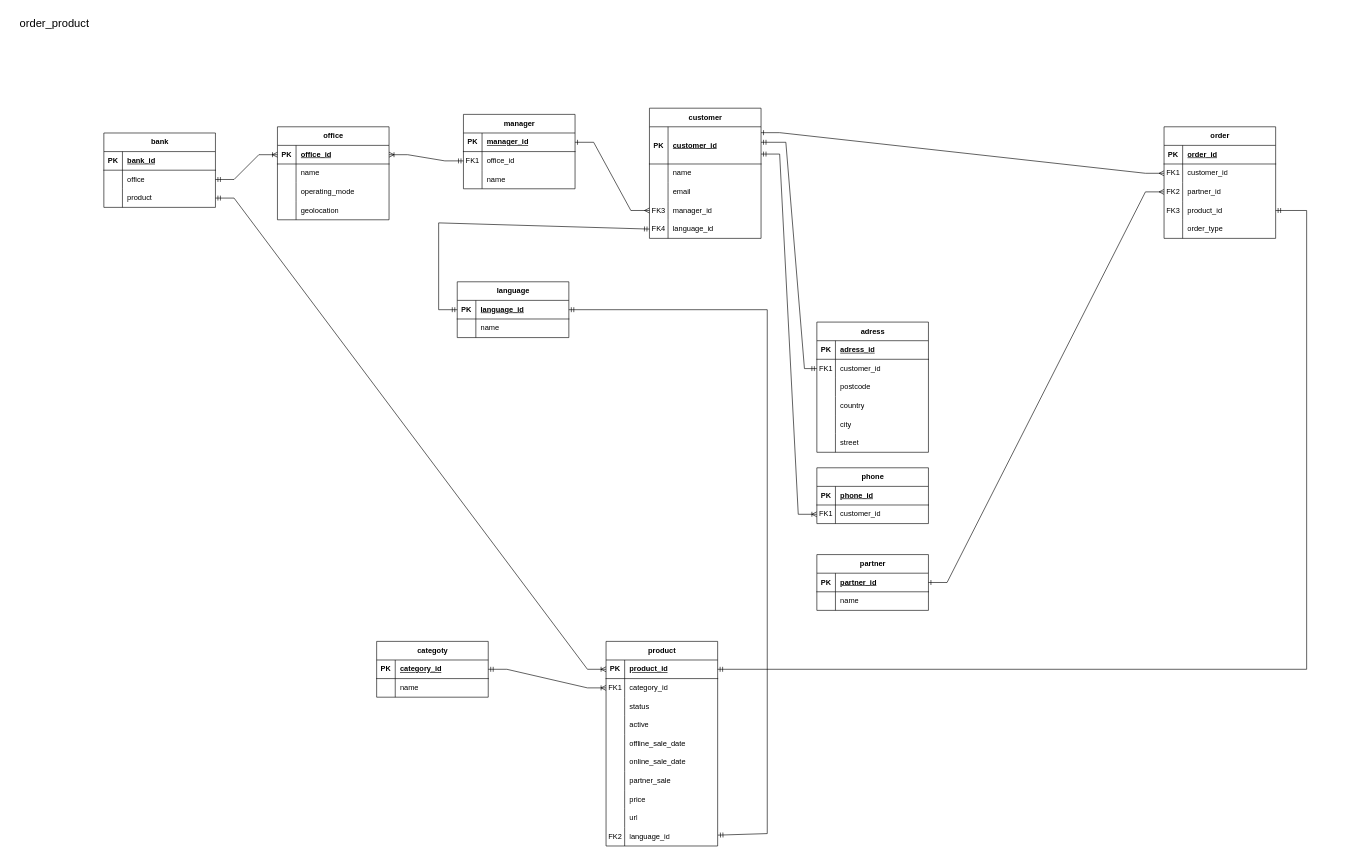
The draw.io diagram Банк_erd.drawio in L-Valentine/Plantuml, before the edit. Source tidied: cells renumbered, new cells numbered last; positions are measured from the earlier drawing's top-left corner, leaving out a move shared by most shapes. Both pictures are drawn from the tidied source at 62%, with x=0, y=0 at pixel (11, 11).
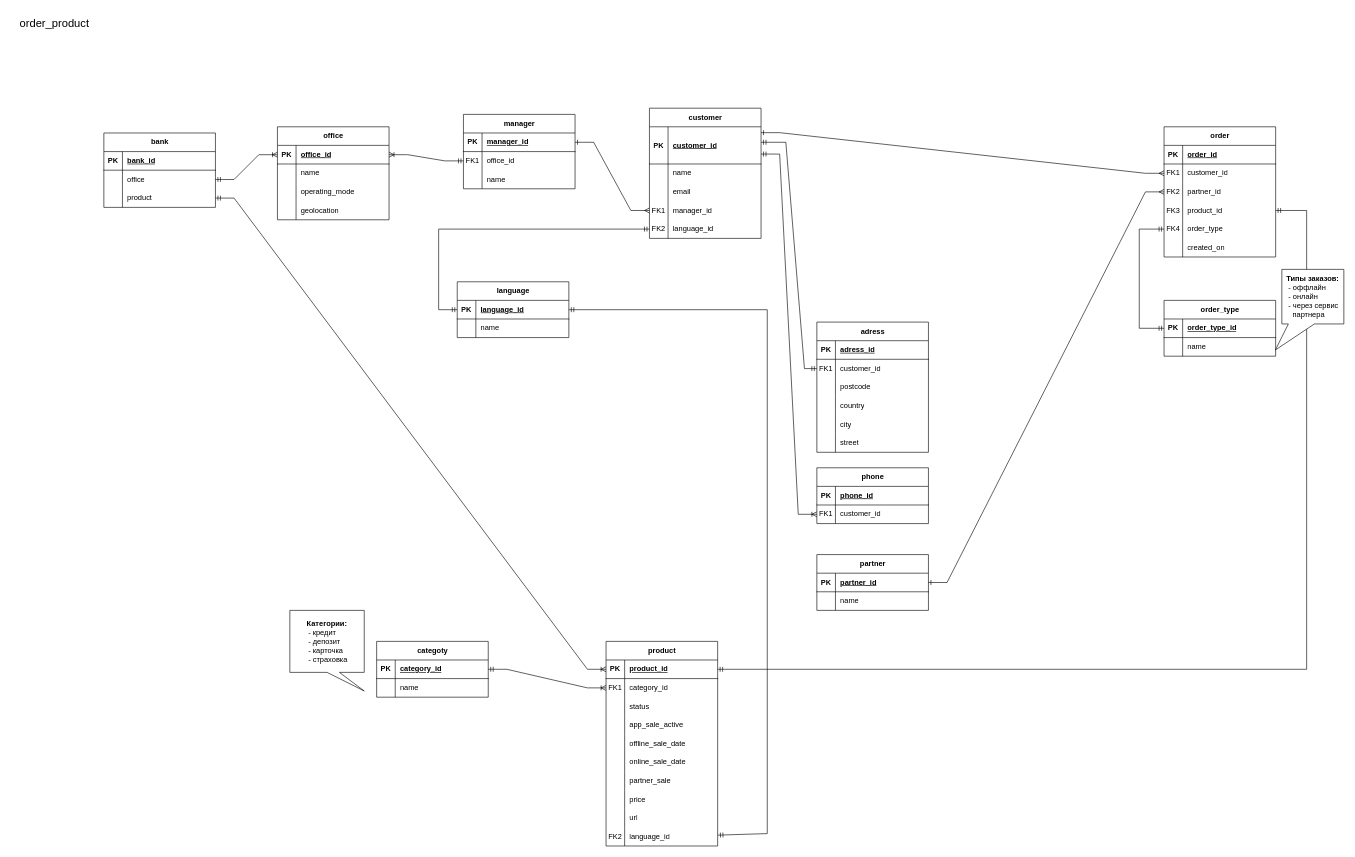
Above is the later version.

Unchanged cells that the change refers to:
```xml
<mxCell id="29" style="shape=tableRow;horizontal=0;startSize=0;swimlaneHead=0;swimlaneBody=0;fillColor=none;points=[[0,0.5],[1,0.5]];portConstraint=eastwest;top=0;left=0;right=0;bottom=0;" parent="19" vertex="1">
  <mxGeometry y="150" width="180" height="30" as="geometry" />
</mxCell>
<mxCell id="32" style="shape=tableRow;horizontal=0;startSize=0;swimlaneHead=0;swimlaneBody=0;fillColor=none;points=[[0,0.5],[1,0.5]];portConstraint=eastwest;top=0;left=0;right=0;bottom=0;" parent="19" vertex="1">
  <mxGeometry y="180" width="180" height="30" as="geometry" />
</mxCell>
<mxCell id="58" style="shape=tableRow;horizontal=0;startSize=0;swimlaneHead=0;swimlaneBody=0;fillColor=none;points=[[0,0.5],[1,0.5]];portConstraint=eastwest;top=0;left=0;right=0;bottom=0;" parent="45" vertex="1">
  <mxGeometry y="150" width="180" height="30" as="geometry" />
</mxCell>
<mxCell id="71" style="shape=tableRow;horizontal=0;startSize=0;swimlaneHead=0;swimlaneBody=0;fillColor=none;top=0;left=0;right=0;bottom=0;" parent="61" vertex="1">
  <mxGeometry y="120" width="180" height="30" as="geometry" />
</mxCell>
<mxCell id="160" style="shape=tableRow;horizontal=0;startSize=0;swimlaneHead=0;swimlaneBody=0;fillColor=none;points=[[0,0.5],[1,0.5]];portConstraint=eastwest;top=0;left=0;right=0;bottom=1;" parent="159" vertex="1">
  <mxGeometry y="30" width="180" height="30" as="geometry" />
</mxCell>
```

The edit, as a diff of the source:
```diff
@@
-    <mxCell id="30" value="FK3" style="shape=partialRectangle;fillColor=none;top=0;left=0;bottom=0;right=0;overflow=hidden;whiteSpace=wrap;html=1;" parent="29" vertex="1">
+    <mxCell id="30" value="FK1" style="shape=partialRectangle;fillColor=none;top=0;left=0;bottom=0;right=0;overflow=hidden;whiteSpace=wrap;html=1;" parent="29" vertex="1">
       <mxGeometry width="30" height="30" as="geometry" />
     </mxCell>
@@
-    <mxCell id="33" value="FK4" style="shape=partialRectangle;fillColor=none;top=0;left=0;bottom=0;right=0;overflow=hidden;whiteSpace=wrap;html=1;" parent="32" vertex="1">
+    <mxCell id="33" value="FK2" style="shape=partialRectangle;fillColor=none;top=0;left=0;bottom=0;right=0;overflow=hidden;whiteSpace=wrap;html=1;" parent="32" vertex="1">
       <mxGeometry width="30" height="30" as="geometry" />
     </mxCell>
@@
     <mxCell id="45" value="order" style="shape=table;startSize=30;childLayout=tableLayout;rowLines=0;fontStyle=1;align=center;html=1;" parent="1" vertex="1">
-      <mxGeometry x="1860" y="187" width="180" height="180" as="geometry" />
+      <mxGeometry x="1860" y="187" width="180" height="210" as="geometry" />
     </mxCell>
@@
-    <mxCell id="59" style="shape=partialRectangle;fillColor=none;top=0;left=0;bottom=0;right=0;overflow=hidden;whiteSpace=wrap;html=1;" parent="58" vertex="1">
+    <mxCell id="59" value="FK4" style="shape=partialRectangle;fillColor=none;top=0;left=0;bottom=0;right=0;overflow=hidden;whiteSpace=wrap;html=1;" parent="58" vertex="1">
       <mxGeometry width="30" height="30" as="geometry" />
     </mxCell>
@@
+    <mxCell id="169" style="shape=tableRow;horizontal=0;startSize=0;swimlaneHead=0;swimlaneBody=0;fillColor=none;top=0;left=0;right=0;bottom=0;" parent="45" vertex="1">
+      <mxGeometry y="180" width="180" height="30" as="geometry" />
+    </mxCell>
+    <mxCell id="170" style="shape=partialRectangle;fillColor=none;top=0;left=0;bottom=0;right=0;overflow=hidden;whiteSpace=wrap;html=1;" parent="169" vertex="1">
+      <mxGeometry width="30" height="30" as="geometry" />
+    </mxCell>
+    <mxCell id="171" value="created_on" style="shape=partialRectangle;fillColor=none;top=0;left=0;bottom=0;right=0;align=left;spacingLeft=6;overflow=hidden;whiteSpace=wrap;html=1;" parent="169" vertex="1">
+      <mxGeometry x="30" width="150" height="30" as="geometry" />
+    </mxCell>
@@
-    <mxCell id="73" value="active" style="shape=partialRectangle;fillColor=none;top=0;left=0;bottom=0;right=0;align=left;spacingLeft=6;overflow=hidden;whiteSpace=wrap;html=1;" parent="71" vertex="1">
+    <mxCell id="73" value="app_sale_active" style="shape=partialRectangle;fillColor=none;top=0;left=0;bottom=0;right=0;align=left;spacingLeft=6;overflow=hidden;whiteSpace=wrap;html=1;" parent="71" vertex="1">
       <mxGeometry x="30" width="150" height="30" as="geometry" />
     </mxCell>
@@
     <mxCell id="166" style="fontSize=12;html=1;endArrow=ERmandOne;startArrow=ERmandOne;rounded=0;entryX=0;entryY=0.5;entryDx=0;entryDy=0;exitX=0;exitY=0.5;exitDx=0;exitDy=0;endFill=0;startFill=0;" parent="1" edge="1" source="160" target="32">
       <mxGeometry relative="1" as="geometry">
         <Array as="points">
           <mxPoint x="690" y="482" />
-          <mxPoint x="690" y="342" />
+          <mxPoint x="690" y="352" />
         </Array>
       </mxGeometry>
     </mxCell>
@@
+    <mxCell id="172" value="order_type" style="shape=table;startSize=30;childLayout=tableLayout;rowLines=0;fontStyle=1;align=center;html=1;" parent="1" vertex="1">
+      <mxGeometry x="1860" y="467" width="180" height="90" as="geometry" />
+    </mxCell>
+    <mxCell id="173" style="shape=tableRow;horizontal=0;startSize=0;swimlaneHead=0;swimlaneBody=0;fillColor=none;points=[[0,0.5],[1,0.5]];portConstraint=eastwest;top=0;left=0;right=0;bottom=1;" parent="172" vertex="1">
+      <mxGeometry y="30" width="180" height="30" as="geometry" />
+    </mxCell>
+    <mxCell id="174" value="PK" style="shape=partialRectangle;fillColor=none;top=0;left=0;bottom=0;right=0;fontStyle=1;overflow=hidden;whiteSpace=wrap;html=1;" parent="173" vertex="1">
+      <mxGeometry width="30" height="30" as="geometry" />
+    </mxCell>
+    <mxCell id="175" value="order_type_id" style="shape=partialRectangle;fillColor=none;top=0;left=0;bottom=0;right=0;align=left;spacingLeft=6;fontStyle=5;overflow=hidden;whiteSpace=wrap;html=1;" parent="173" vertex="1">
+      <mxGeometry x="30" width="150" height="30" as="geometry" />
+    </mxCell>
+    <mxCell id="176" style="shape=tableRow;horizontal=0;startSize=0;swimlaneHead=0;swimlaneBody=0;fillColor=none;top=0;left=0;right=0;bottom=0;" parent="172" vertex="1">
+      <mxGeometry y="60" width="180" height="30" as="geometry" />
+    </mxCell>
+    <mxCell id="177" style="shape=partialRectangle;fillColor=none;top=0;left=0;bottom=0;right=0;overflow=hidden;whiteSpace=wrap;html=1;" parent="176" vertex="1">
+      <mxGeometry width="30" height="30" as="geometry" />
+    </mxCell>
+    <mxCell id="178" value="name" style="shape=partialRectangle;fillColor=none;top=0;left=0;bottom=0;right=0;align=left;spacingLeft=6;overflow=hidden;whiteSpace=wrap;html=1;" parent="176" vertex="1">
+      <mxGeometry x="30" width="150" height="30" as="geometry" />
+    </mxCell>
+    <mxCell id="179" style="fontSize=12;html=1;endArrow=ERmandOne;startArrow=ERmandOne;rounded=0;exitX=0;exitY=0.5;exitDx=0;exitDy=0;entryX=0;entryY=0.5;entryDx=0;entryDy=0;" parent="1" edge="1" source="173" target="58">
+      <mxGeometry relative="1" as="geometry">
+        <Array as="points">
+          <mxPoint x="1820" y="512" />
+          <mxPoint x="1820" y="352" />
+        </Array>
+      </mxGeometry>
+    </mxCell>
+    <mxCell id="180" value="&lt;b&gt;Типы заказов:&lt;/b&gt;&lt;br&gt;&lt;div style=&quot;text-align: left;&quot;&gt;&lt;span style=&quot;background-color: initial;&quot;&gt;&amp;nbsp;- оффлайн&lt;/span&gt;&lt;/div&gt;&lt;div style=&quot;text-align: left;&quot;&gt;&lt;span style=&quot;background-color: initial;&quot;&gt;&amp;nbsp;- онлайн&lt;/span&gt;&lt;/div&gt;&lt;div style=&quot;text-align: left;&quot;&gt;&lt;span style=&quot;background-color: initial;&quot;&gt;&amp;nbsp;- через сервис&lt;br&gt;&amp;nbsp; &amp;nbsp;партнера&lt;/span&gt;&lt;/div&gt;" style="whiteSpace=wrap;html=1;shape=mxgraph.basic.rectCallout;dx=31.57;dy=42;boundedLbl=1;" parent="1" vertex="1">
+      <mxGeometry x="2050" y="417" width="100" height="130" as="geometry" />
+    </mxCell>
+    <mxCell id="181" value="&lt;b&gt;Категории:&lt;/b&gt;&lt;br&gt;&lt;div style=&quot;text-align: left;&quot;&gt;&lt;span style=&quot;background-color: initial;&quot;&gt;&amp;nbsp;- кредит&lt;/span&gt;&lt;/div&gt;&lt;div style=&quot;text-align: left;&quot;&gt;&lt;span style=&quot;background-color: initial;&quot;&gt;&amp;nbsp;- депозит&lt;/span&gt;&lt;/div&gt;&lt;div style=&quot;text-align: left;&quot;&gt;&lt;span style=&quot;background-color: initial;&quot;&gt;&amp;nbsp;- карточка&lt;/span&gt;&lt;/div&gt;&lt;div style=&quot;text-align: left;&quot;&gt;&lt;span style=&quot;background-color: initial;&quot;&gt;&amp;nbsp;- страховка&lt;/span&gt;&lt;/div&gt;" style="shape=callout;whiteSpace=wrap;html=1;perimeter=calloutPerimeter;position2=1;" parent="1" vertex="1">
+      <mxGeometry x="450" y="967" width="120" height="130" as="geometry" />
+    </mxCell>
```
